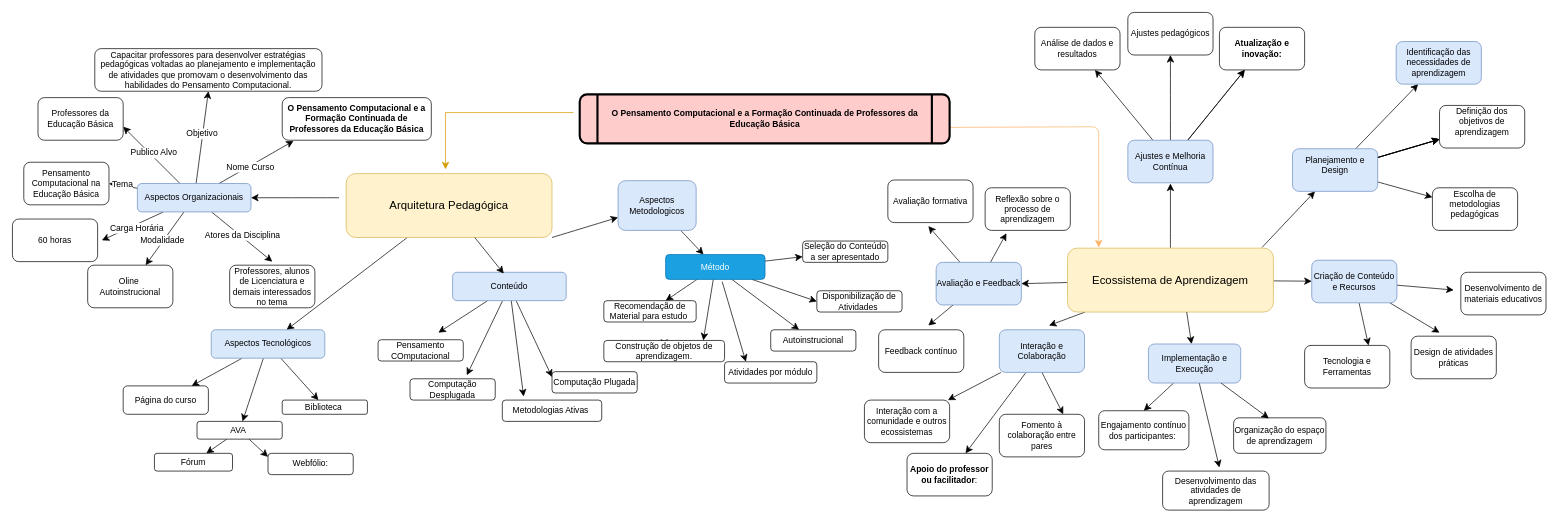
Before: Desgner Formação.drawio in RosianeSangali/RosianeSangali, a draw.io diagram. Source tidied: cells renumbered, new cells numbered last; positions are measured from the earlier drawing's top-left corner, leaving out a move shared by most shapes. Both pictures are drawn from the tidied source at 71%, with x=0, y=0 at pixel (12, 12).
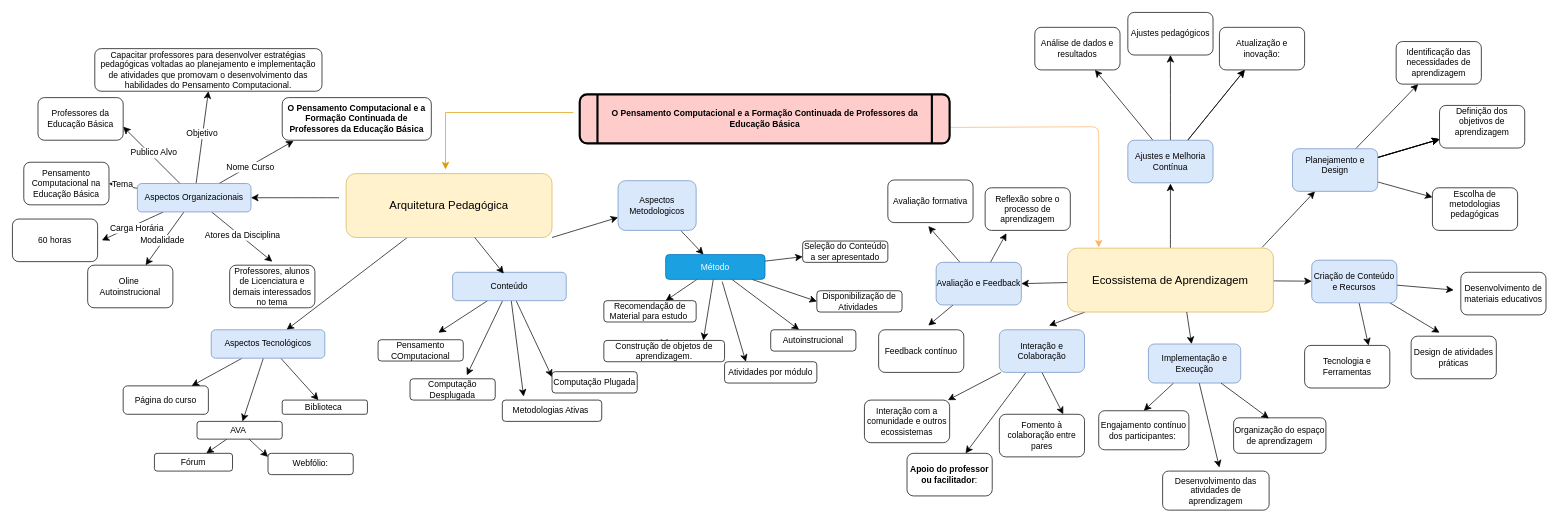
Above is the later version.

Diff of the diagram source:
```diff
@@
-    <mxCell id="120" value="&lt;b&gt;Atualização e inovação:&lt;/b&gt;" style="whiteSpace=wrap;html=1;rounded=1;" parent="1" vertex="1">
+    <mxCell id="120" value="Atualização e inovação:" style="whiteSpace=wrap;html=1;rounded=1;" parent="1" vertex="1">
       <mxGeometry x="1700" y="21" width="120" height="60" as="geometry" />
     </mxCell>
@@
-    <mxCell id="123" value="&lt;br&gt;Identificação das necessidades de aprendizagem&lt;div&gt;&lt;br&gt;&lt;/div&gt;" style="whiteSpace=wrap;html=1;fillColor=#dae8fc;strokeColor=#6c8ebf;rounded=1;" parent="1" vertex="1">
+    <mxCell id="123" value="&lt;br&gt;Identificação das necessidades de aprendizagem&lt;div&gt;&lt;br&gt;&lt;/div&gt;" style="whiteSpace=wrap;html=1;rounded=1;" parent="1" vertex="1">
       <mxGeometry x="1948.9" y="41" width="120" height="60" as="geometry" />
     </mxCell>
```
